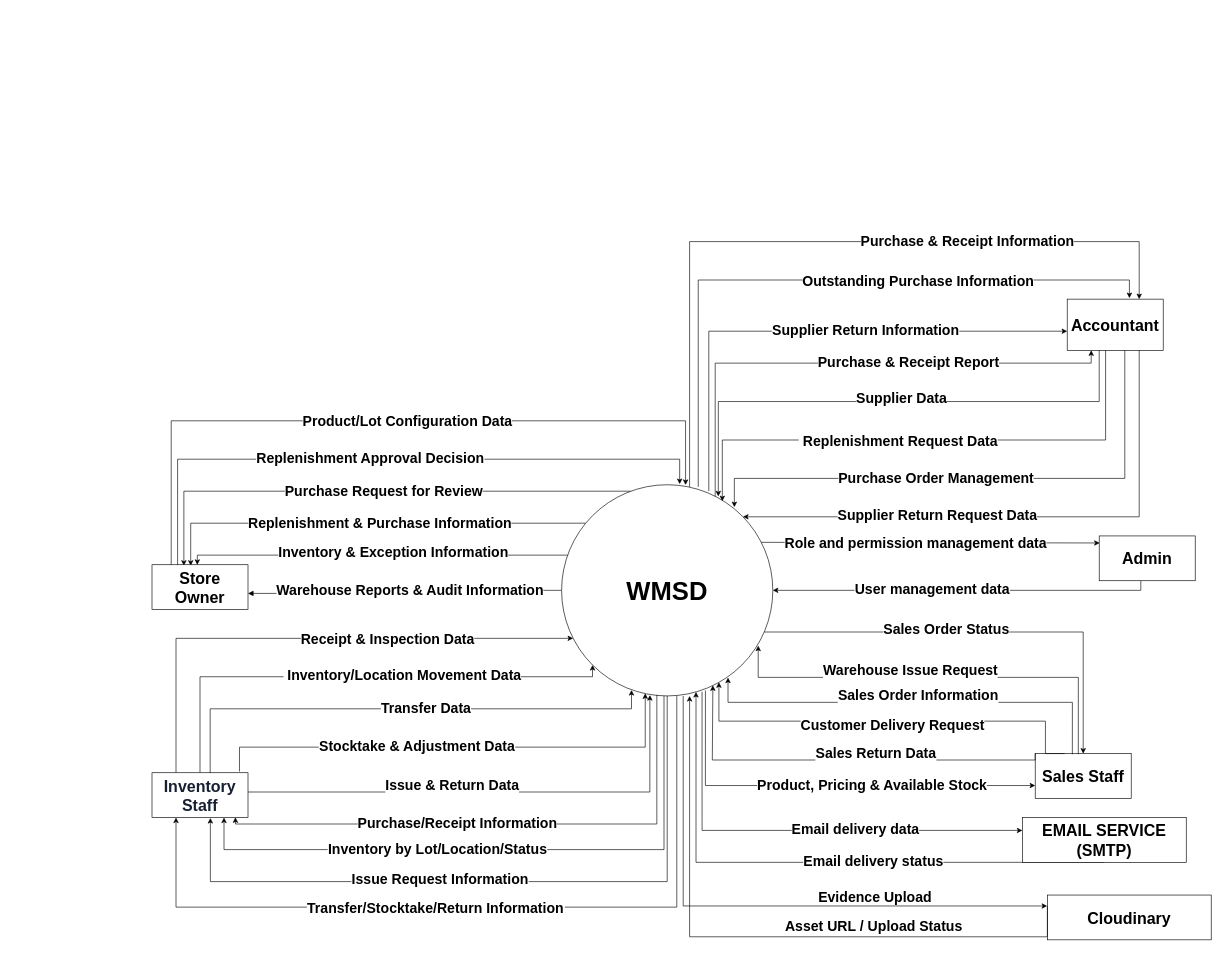
Earlier version of the draw.io diagram page "Trung Context Diagram" (1 of 21) of docs/04_so_do/WMSD_Bangach.drawio (minhbach032003/docs_doan). Source tidied: cells renumbered, new cells numbered last; positions are measured from the earlier drawing's top-left corner, leaving out a move shared by most shapes. Both pictures are drawn from the tidied source at 64%, with x=0, y=0 at pixel (152, 241).
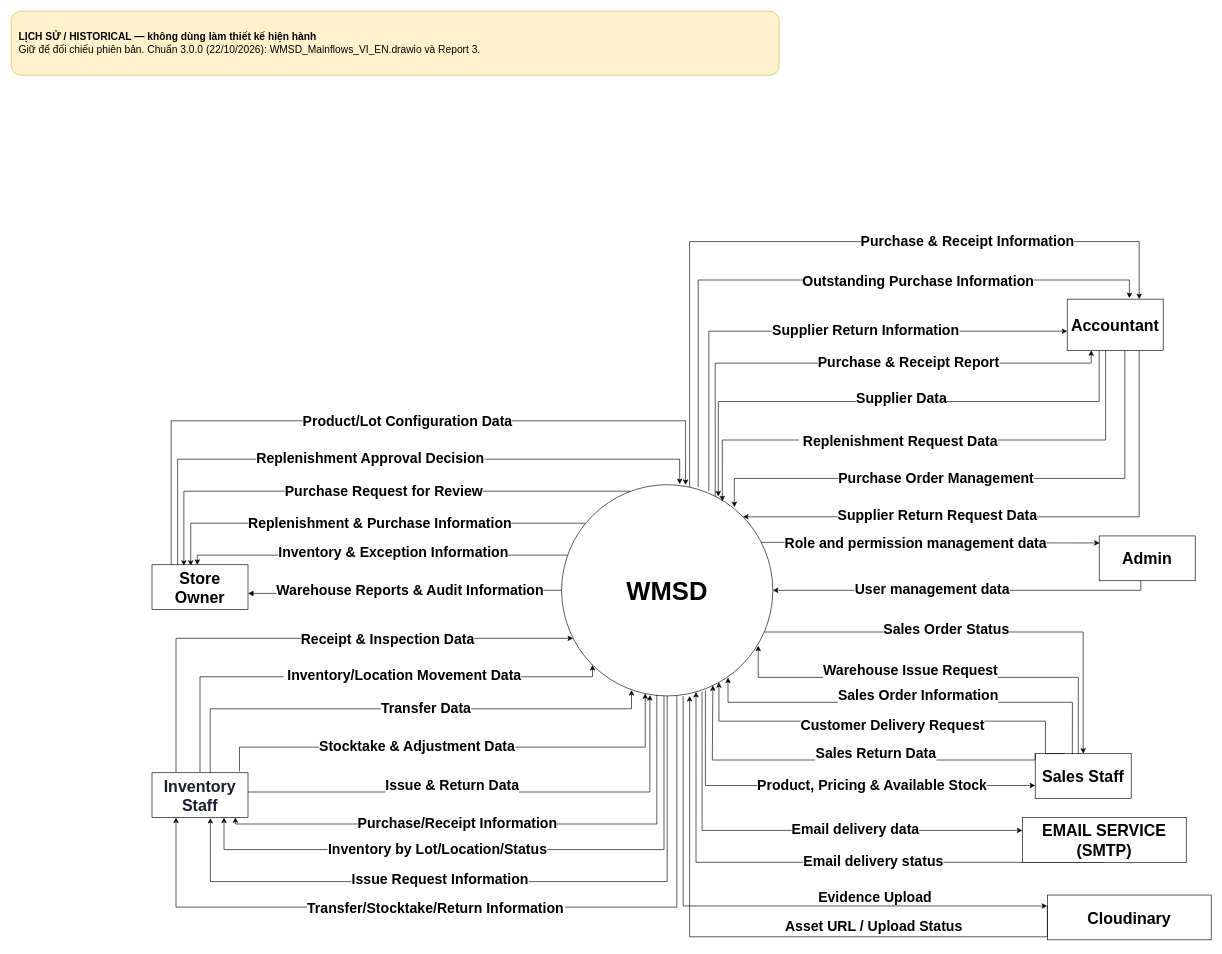
The same diagram, later.

The edit, as a diff of the source:
```diff
@@
+    <mxCell id="80" value="&lt;b&gt;LỊCH SỬ / HISTORICAL — không dùng làm thiết kế hiện hành&lt;/b&gt;&lt;br&gt;Giữ để đối chiếu phiên bản. Chuẩn 3.0.0 (22/10/2026): WMSD_Mainflows_VI_EN.drawio và Report 3." style="rounded=1;whiteSpace=wrap;html=1;fontFamily=Arial;fontSize=16;align=left;spacing=12;fillColor=#fff2cc;strokeColor=#d6b656;" parent="1" vertex="1">
+      <mxGeometry x="-220" y="-360" width="1200" height="100" as="geometry" />
+    </mxCell>
```
